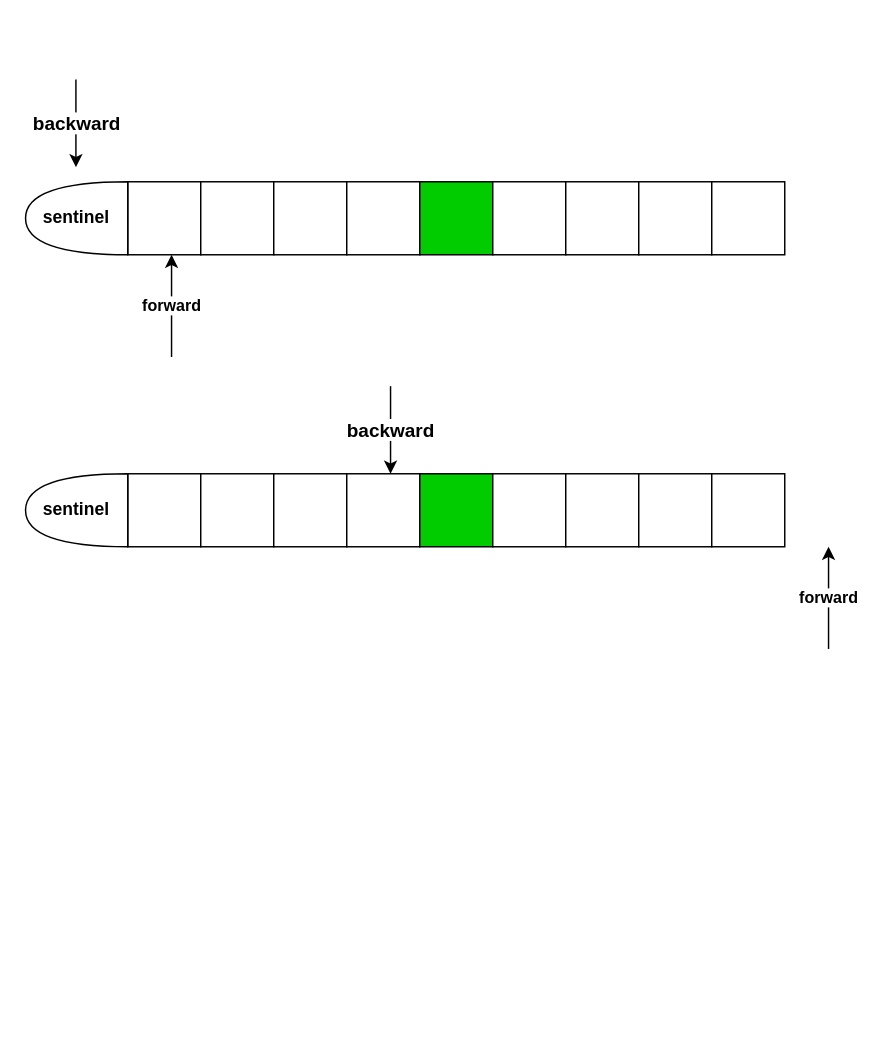
The draw.io diagram test.drawio in ChrisFynnWang/algorithm, before the edit. Source tidied: cells renumbered, new cells numbered last; positions are measured from the earlier drawing's top-left corner, leaving out a move shared by most shapes. Both pictures are drawn from the tidied source at 146%, with x=0, y=0 at pixel (25, 79).
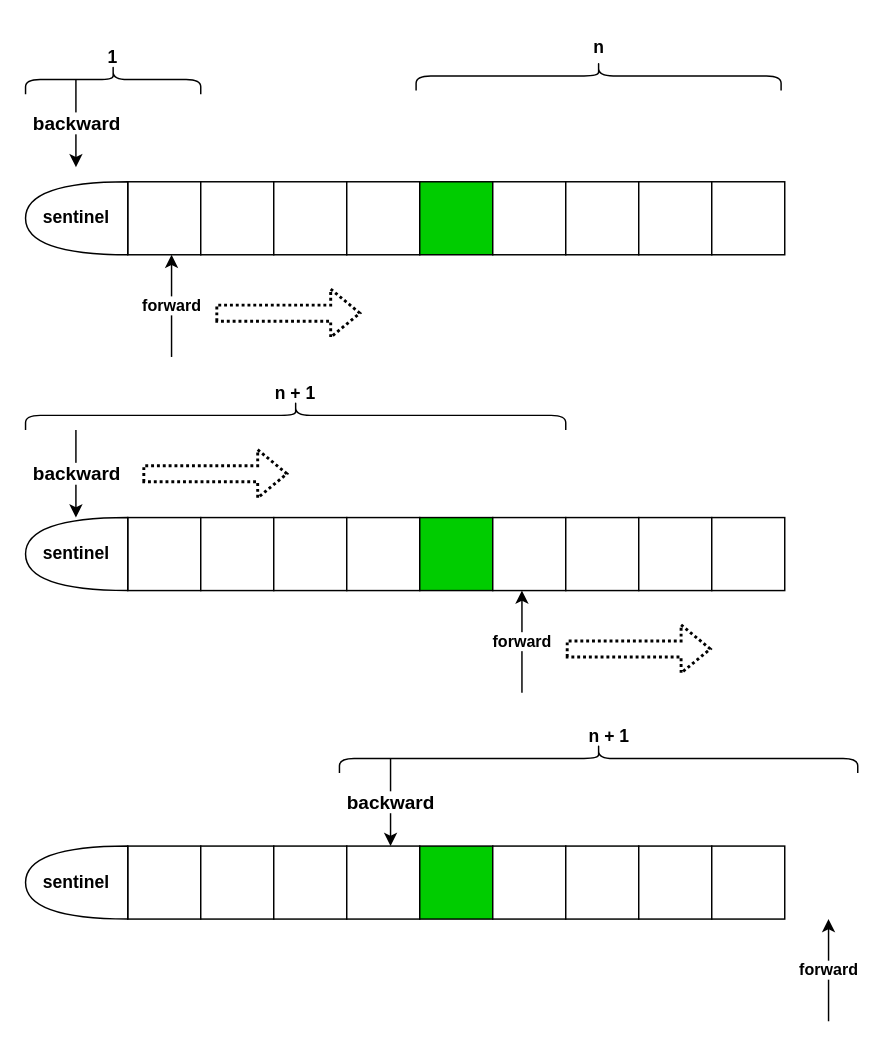
After the change.

Diff of the diagram source:
```diff
@@
     <mxCell id="2" style="group;fillColor=#00CC00;" parent="1" vertex="1">
-      <mxGeometry x="70" y="270" width="450" height="50" as="geometry" />
+      <mxGeometry x="70" y="525" width="450" height="50" as="geometry" />
     </mxCell>
@@
     <mxCell id="12" value="&lt;span style=&quot;&quot;&gt;sentinel&lt;/span&gt;" style="shape=or;whiteSpace=wrap;html=1;direction=west;fontStyle=1;" parent="1" vertex="1">
-      <mxGeometry y="270" width="70" height="50" as="geometry" />
+      <mxGeometry y="525" width="70" height="50" as="geometry" />
     </mxCell>
     <mxCell id="13" value="&lt;span style=&quot;font-family: &amp;quot;Microsoft YaHei&amp;quot;; font-size: 13px; text-align: start;&quot;&gt;backward&lt;/span&gt;" style="endArrow=classic;html=1;rounded=0;fontStyle=1;" parent="1" edge="1">
       <mxGeometry relative="1" as="geometry">
-        <mxPoint x="250" y="210" as="sourcePoint" />
-        <mxPoint x="250" y="270" as="targetPoint" />
+        <mxPoint x="250" y="465" as="sourcePoint" />
+        <mxPoint x="250" y="525" as="targetPoint" />
       </mxGeometry>
     </mxCell>
     <mxCell id="14" value="forward" style="endArrow=classic;html=1;rounded=0;fontStyle=1;" parent="1" edge="1">
       <mxGeometry relative="1" as="geometry">
-        <mxPoint x="550" y="390" as="sourcePoint" />
-        <mxPoint x="550" y="320" as="targetPoint" />
+        <mxPoint x="550" y="645" as="sourcePoint" />
+        <mxPoint x="550" y="575" as="targetPoint" />
         <Array as="points">
-          <mxPoint x="550" y="350" />
+          <mxPoint x="550" y="605" />
         </Array>
       </mxGeometry>
     </mxCell>
@@
+    <mxCell id="28" style="group;fillColor=#00CC00;" parent="1" vertex="1">
+      <mxGeometry x="70" y="300" width="450" height="50" as="geometry" />
+    </mxCell>
+    <mxCell id="29" style="whiteSpace=wrap;html=1;" parent="28" vertex="1">
+      <mxGeometry width="50" height="50" as="geometry" />
+    </mxCell>
+    <mxCell id="30" style="whiteSpace=wrap;html=1;" parent="28" vertex="1">
+      <mxGeometry x="50" width="50" height="50" as="geometry" />
+    </mxCell>
+    <mxCell id="31" style="whiteSpace=wrap;html=1;" parent="28" vertex="1">
+      <mxGeometry x="100" width="50" height="50" as="geometry" />
+    </mxCell>
+    <mxCell id="32" style="whiteSpace=wrap;html=1;" parent="28" vertex="1">
+      <mxGeometry x="150" width="50" height="50" as="geometry" />
+    </mxCell>
+    <mxCell id="33" style="whiteSpace=wrap;html=1;fillColor=#00CC00;" parent="28" vertex="1">
+      <mxGeometry x="200" width="50" height="50" as="geometry" />
+    </mxCell>
+    <mxCell id="34" style="whiteSpace=wrap;html=1;" parent="28" vertex="1">
+      <mxGeometry x="250" width="50" height="50" as="geometry" />
+    </mxCell>
+    <mxCell id="35" style="whiteSpace=wrap;html=1;" parent="28" vertex="1">
+      <mxGeometry x="300" width="50" height="50" as="geometry" />
+    </mxCell>
+    <mxCell id="36" style="whiteSpace=wrap;html=1;" parent="28" vertex="1">
+      <mxGeometry x="350" width="50" height="50" as="geometry" />
+    </mxCell>
+    <mxCell id="37" style="whiteSpace=wrap;html=1;" parent="28" vertex="1">
+      <mxGeometry x="400" width="50" height="50" as="geometry" />
+    </mxCell>
+    <mxCell id="38" value="&lt;span style=&quot;&quot;&gt;sentinel&lt;/span&gt;" style="shape=or;whiteSpace=wrap;html=1;direction=west;fontStyle=1;" parent="1" vertex="1">
+      <mxGeometry y="300" width="70" height="50" as="geometry" />
+    </mxCell>
+    <mxCell id="39" value="&lt;span style=&quot;font-family: &amp;quot;Microsoft YaHei&amp;quot;; font-size: 13px; text-align: start;&quot;&gt;backward&lt;/span&gt;" style="endArrow=classic;html=1;rounded=0;fontStyle=1;" parent="1" edge="1">
+      <mxGeometry relative="1" as="geometry">
+        <mxPoint x="34.5" y="240" as="sourcePoint" />
+        <mxPoint x="34.5" y="300" as="targetPoint" />
+      </mxGeometry>
+    </mxCell>
+    <mxCell id="40" value="forward" style="endArrow=classic;html=1;rounded=0;fontStyle=1;" parent="1" edge="1">
+      <mxGeometry relative="1" as="geometry">
+        <mxPoint x="340" y="420" as="sourcePoint" />
+        <mxPoint x="340" y="350" as="targetPoint" />
+        <Array as="points">
+          <mxPoint x="340" y="380" />
+        </Array>
+      </mxGeometry>
+    </mxCell>
+    <mxCell id="41" style="shape=curlyBracket;whiteSpace=wrap;html=1;rounded=1;fillColor=#00CC00;direction=south;" parent="1" vertex="1">
+      <mxGeometry y="220" width="370" height="20" as="geometry" />
+    </mxCell>
+    <mxCell id="42" value="n + 1" style="text;html=1;strokeColor=none;fillColor=none;align=center;verticalAlign=middle;whiteSpace=wrap;rounded=0;fontStyle=1;" parent="1" vertex="1">
+      <mxGeometry x="155" y="200" width="60" height="30" as="geometry" />
+    </mxCell>
+    <mxCell id="43" style="shape=curlyBracket;whiteSpace=wrap;html=1;rounded=1;fillColor=#00CC00;direction=south;" parent="1" vertex="1">
+      <mxGeometry y="-10" width="120" height="20" as="geometry" />
+    </mxCell>
+    <mxCell id="44" value="1" style="text;html=1;strokeColor=none;fillColor=none;align=center;verticalAlign=middle;whiteSpace=wrap;rounded=0;fontStyle=1;" parent="1" vertex="1">
+      <mxGeometry x="30" y="-30" width="60" height="30" as="geometry" />
+    </mxCell>
+    <mxCell id="45" style="shape=curlyBracket;whiteSpace=wrap;html=1;rounded=1;fillColor=#00CC00;direction=south;" parent="1" vertex="1">
+      <mxGeometry x="267.5" y="-12.5" width="250" height="20" as="geometry" />
+    </mxCell>
+    <mxCell id="46" value="n" style="text;html=1;strokeColor=none;fillColor=none;align=center;verticalAlign=middle;whiteSpace=wrap;rounded=0;fontStyle=1;" parent="1" vertex="1">
+      <mxGeometry x="362.5" y="-37.5" width="60" height="30" as="geometry" />
+    </mxCell>
+    <mxCell id="47" style="shape=curlyBracket;whiteSpace=wrap;html=1;rounded=1;fillColor=#00CC00;direction=south;" parent="1" vertex="1">
+      <mxGeometry x="215" y="455" width="355" height="20" as="geometry" />
+    </mxCell>
+    <mxCell id="48" value="n + 1" style="text;html=1;strokeColor=none;fillColor=none;align=center;verticalAlign=middle;whiteSpace=wrap;rounded=0;fontStyle=1;" parent="1" vertex="1">
+      <mxGeometry x="370" y="435" width="60" height="30" as="geometry" />
+    </mxCell>
+    <mxCell id="49" style="shape=flexArrow;endArrow=classic;html=1;rounded=0;dashed=1;dashPattern=1 1;fontStyle=1;strokeWidth=2;" parent="1" edge="1">
+      <mxGeometry relative="1" as="geometry">
+        <mxPoint x="130" y="160" as="sourcePoint" />
+        <mxPoint x="230" y="160" as="targetPoint" />
+      </mxGeometry>
+    </mxCell>
+    <mxCell id="50" style="shape=flexArrow;endArrow=classic;html=1;rounded=0;dashed=1;dashPattern=1 1;fontStyle=1;strokeWidth=2;" parent="1" edge="1">
+      <mxGeometry relative="1" as="geometry">
+        <mxPoint x="370" y="390" as="sourcePoint" />
+        <mxPoint x="470" y="390" as="targetPoint" />
+      </mxGeometry>
+    </mxCell>
+    <mxCell id="51" style="shape=flexArrow;endArrow=classic;html=1;rounded=0;dashed=1;dashPattern=1 1;fontStyle=1;strokeWidth=2;" parent="1" edge="1">
+      <mxGeometry relative="1" as="geometry">
+        <mxPoint x="80" y="270" as="sourcePoint" />
+        <mxPoint x="180" y="270" as="targetPoint" />
+      </mxGeometry>
+    </mxCell>
```
